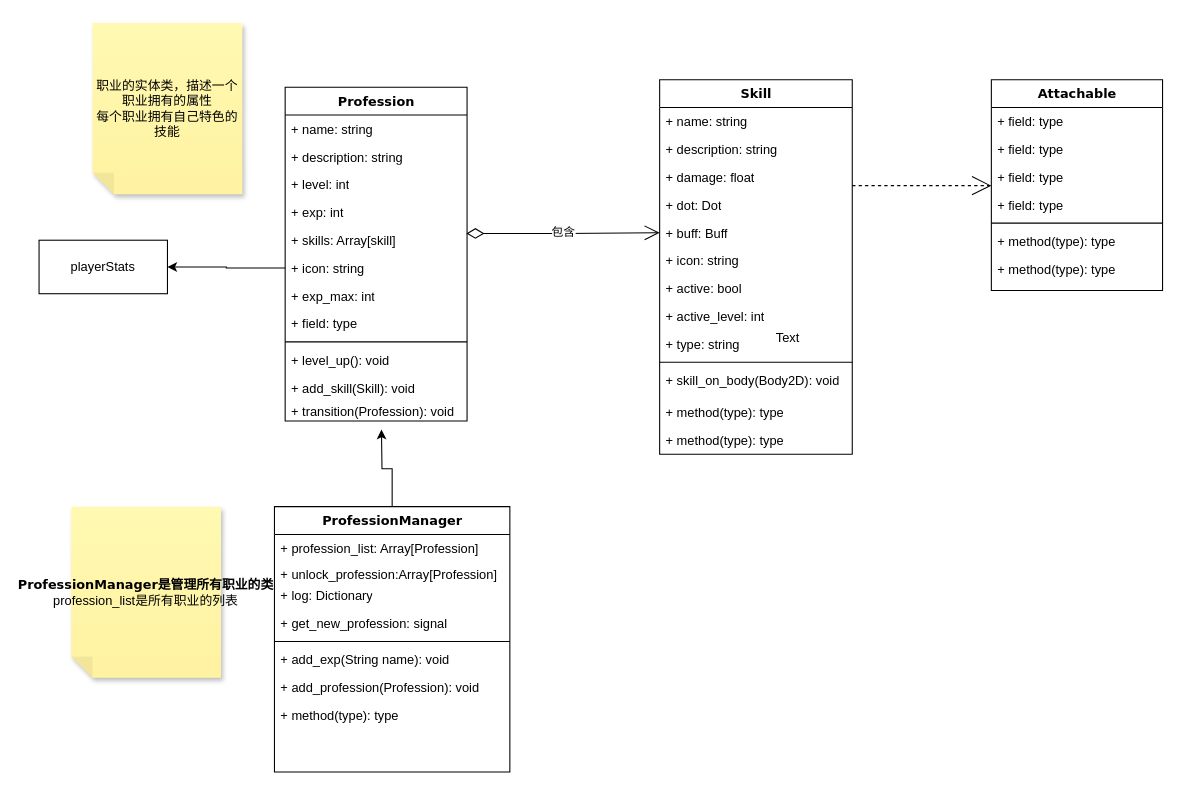
ssw940521/archerBackend keeps this draw.io diagram as 职业/等级系统.drawio. Above is the earlier version. Source tidied: cells renumbered, new cells numbered last; positions are measured from the earlier drawing's top-left corner, leaving out a move shared by most shapes. Both pictures are drawn from the tidied source at 107%, with x=0, y=0 at pixel (39, 22).
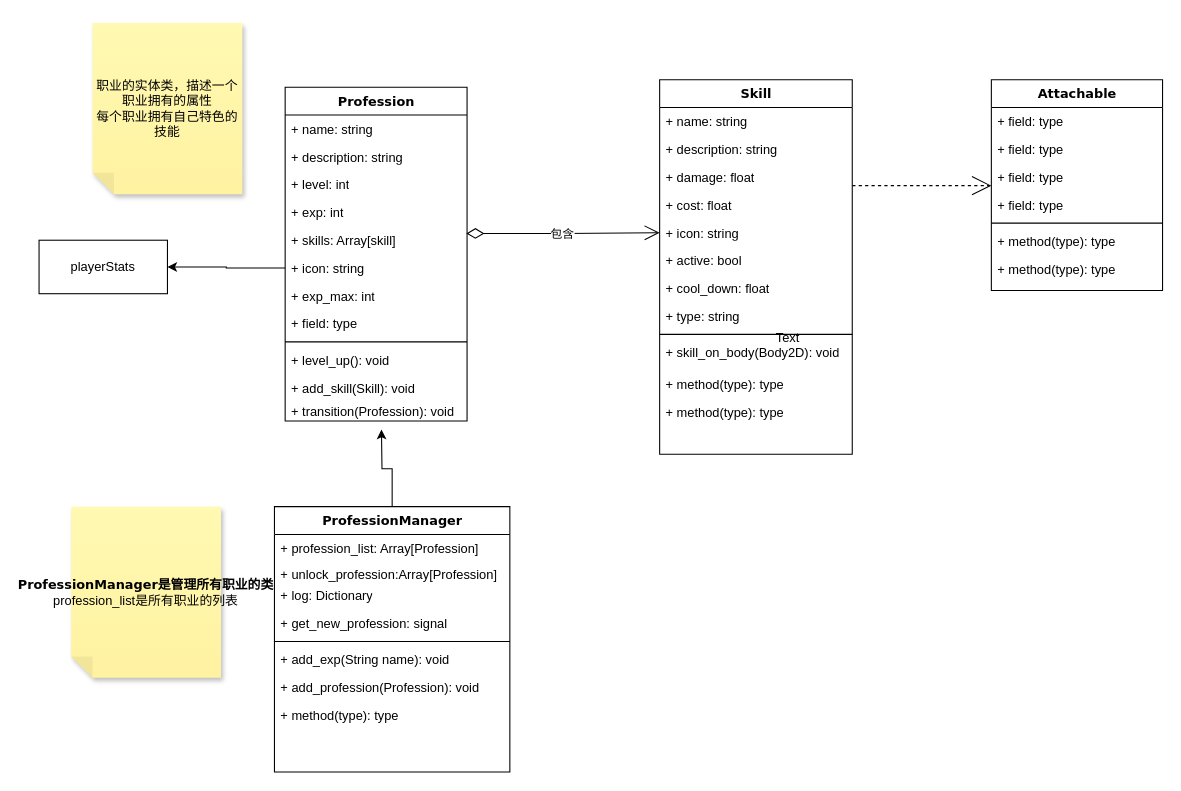
After the change.

Commit message:
更新等级系统.drawio

Unchanged cells that the change refers to:
```xml
<mxCell id="7" value="+ skills: Array[skill]" style="text;html=1;strokeColor=none;fillColor=none;align=left;verticalAlign=top;spacingLeft=4;spacingRight=4;whiteSpace=wrap;overflow=hidden;points=[[0,0.5],[1,0.5]];portConstraint=eastwest;" parent="2" vertex="1">
  <mxGeometry y="130" width="170" height="26" as="geometry" />
</mxCell>
<mxCell id="16" value="Skill" style="swimlane;html=1;fontStyle=1;align=center;verticalAlign=top;horizontal=1;startSize=26;swimlaneFillColor=#ffffff;rounded=0;shadow=0;comic=0;labelBackgroundColor=none;strokeWidth=1;fillColor=none;fontFamily=Verdana;fontSize=12;" parent="1" vertex="1">
  <mxGeometry x="580" y="53" width="180" height="350" as="geometry" />
</mxCell>
```

Change to the diagram source:
```diff
@@
-    <mxCell id="20" value="+ dot: Dot" style="text;html=1;strokeColor=none;fillColor=none;align=left;verticalAlign=top;spacingLeft=4;spacingRight=4;whiteSpace=wrap;overflow=hidden;" parent="16" vertex="1">
+    <mxCell id="20" value="+ cost: float" style="text;html=1;strokeColor=none;fillColor=none;align=left;verticalAlign=top;spacingLeft=4;spacingRight=4;whiteSpace=wrap;overflow=hidden;" parent="16" vertex="1">
       <mxGeometry y="104" width="180" height="26" as="geometry" />
     </mxCell>
-    <mxCell id="21" value="+ buff: Buff" style="text;html=1;strokeColor=none;fillColor=none;align=left;verticalAlign=top;spacingLeft=4;spacingRight=4;whiteSpace=wrap;overflow=hidden;points=[[0,0.5],[1,0.5]];portConstraint=eastwest;" parent="16" vertex="1">
-      <mxGeometry y="130" width="180" height="26" as="geometry" />
-    </mxCell>
     <mxCell id="22" value="+ icon: string" style="text;html=1;strokeColor=none;fillColor=none;align=left;verticalAlign=top;spacingLeft=4;spacingRight=4;whiteSpace=wrap;overflow=hidden;" parent="16" vertex="1">
-      <mxGeometry y="156" width="180" height="26" as="geometry" />
+      <mxGeometry y="130" width="180" height="26" as="geometry" />
     </mxCell>
     <mxCell id="23" value="+ active: bool" style="text;html=1;strokeColor=none;fillColor=none;align=left;verticalAlign=top;spacingLeft=4;spacingRight=4;whiteSpace=wrap;overflow=hidden;" parent="16" vertex="1">
-      <mxGeometry y="182" width="180" height="26" as="geometry" />
+      <mxGeometry y="156" width="180" height="26" as="geometry" />
     </mxCell>
-    <mxCell id="24" value="+ active_level: int" style="text;html=1;strokeColor=none;fillColor=none;align=left;verticalAlign=top;spacingLeft=4;spacingRight=4;whiteSpace=wrap;overflow=hidden;" parent="16" vertex="1">
-      <mxGeometry y="208" width="180" height="26" as="geometry" />
-    </mxCell>
+    <mxCell id="54" value="+ cool_down: float&lt;div&gt;&lt;br&gt;&lt;/div&gt;" style="text;html=1;strokeColor=none;fillColor=none;align=left;verticalAlign=top;spacingLeft=4;spacingRight=4;whiteSpace=wrap;overflow=hidden;" parent="16" vertex="1">
+      <mxGeometry y="182" width="180" height="26" as="geometry" />
+    </mxCell>
     <mxCell id="25" value="+ type: string" style="text;html=1;strokeColor=none;fillColor=none;align=left;verticalAlign=top;spacingLeft=4;spacingRight=4;whiteSpace=wrap;overflow=hidden;" parent="16" vertex="1">
-      <mxGeometry y="234" width="180" height="26" as="geometry" />
+      <mxGeometry y="208" width="180" height="26" as="geometry" />
     </mxCell>
     <mxCell id="26" style="line;html=1;strokeWidth=1;fillColor=none;align=left;verticalAlign=middle;spacingTop=-1;spacingLeft=3;spacingRight=3;labelPosition=right;" parent="16" vertex="1">
-      <mxGeometry y="260" width="180" height="8" as="geometry" />
+      <mxGeometry y="234" width="180" height="8" as="geometry" />
     </mxCell>
     <mxCell id="27" value="+ skill_on_body(Body2D): void" style="text;html=1;strokeColor=none;fillColor=none;align=left;verticalAlign=top;spacingLeft=4;spacingRight=4;whiteSpace=wrap;overflow=hidden;" parent="16" vertex="1">
-      <mxGeometry y="268" width="180" height="30" as="geometry" />
+      <mxGeometry y="242" width="180" height="30" as="geometry" />
     </mxCell>
     <mxCell id="28" value="+ method(type): type" style="text;html=1;strokeColor=none;fillColor=none;align=left;verticalAlign=top;spacingLeft=4;spacingRight=4;whiteSpace=wrap;overflow=hidden;" parent="16" vertex="1">
-      <mxGeometry y="298" width="180" height="26" as="geometry" />
+      <mxGeometry y="272" width="180" height="26" as="geometry" />
     </mxCell>
     <mxCell id="29" value="+ method(type): type" style="text;html=1;strokeColor=none;fillColor=none;align=left;verticalAlign=top;spacingLeft=4;spacingRight=4;whiteSpace=wrap;overflow=hidden;" parent="16" vertex="1">
-      <mxGeometry y="324" width="180" height="26" as="geometry" />
+      <mxGeometry y="298" width="180" height="26" as="geometry" />
     </mxCell>
@@
-    <mxCell id="48" value="包含" style="endArrow=open;html=1;endSize=12;startArrow=diamondThin;startSize=14;startFill=0;edgeStyle=orthogonalEdgeStyle;rounded=0;exitX=0.996;exitY=0.256;exitDx=0;exitDy=0;exitPerimeter=0;entryX=0;entryY=0.5;entryDx=0;entryDy=0;" parent="1" edge="1" source="7" target="21">
-      <mxGeometry relative="1" as="geometry" />
+    <mxCell id="48" value="包含" style="endArrow=open;html=1;endSize=12;startArrow=diamondThin;startSize=14;startFill=0;edgeStyle=orthogonalEdgeStyle;rounded=0;exitX=0.996;exitY=0.256;exitDx=0;exitDy=0;exitPerimeter=0;entryX=0;entryY=0.5;entryDx=0;entryDy=0;" parent="1" edge="1" source="7">
+      <mxGeometry relative="1" as="geometry">
+        <mxPoint x="580" y="196" as="targetPoint" />
+      </mxGeometry>
     </mxCell>
```
